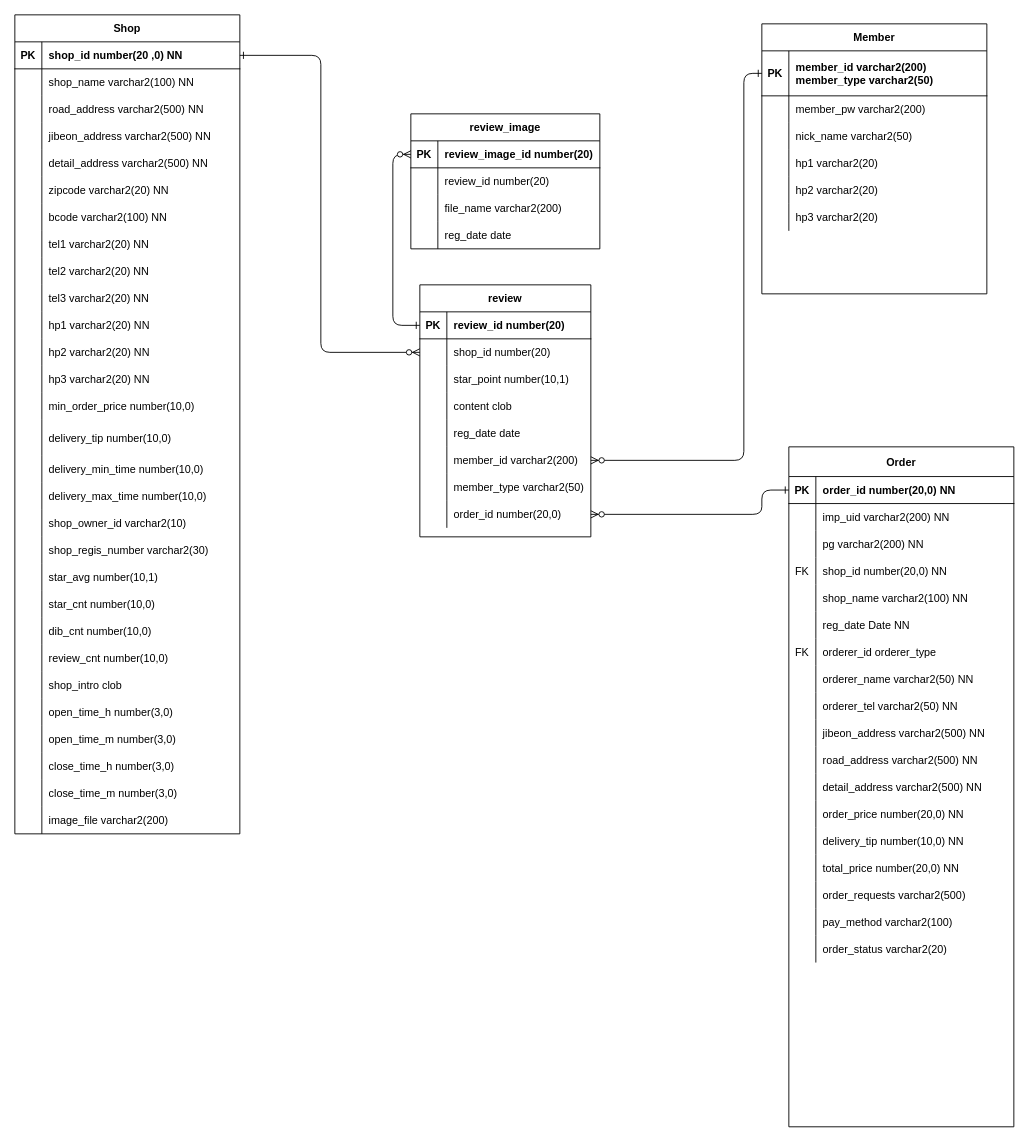
Above: src/main/webapp/WEB-INF/erd/review_erd.drawio in jihoho/jeogiyo (draw.io), before the change. Source tidied: cells renumbered, new cells numbered last; positions are measured from the earlier drawing's top-left corner, leaving out a move shared by most shapes. Both pictures are drawn from the tidied source at 90%, with x=0, y=0 at pixel (14, 14).
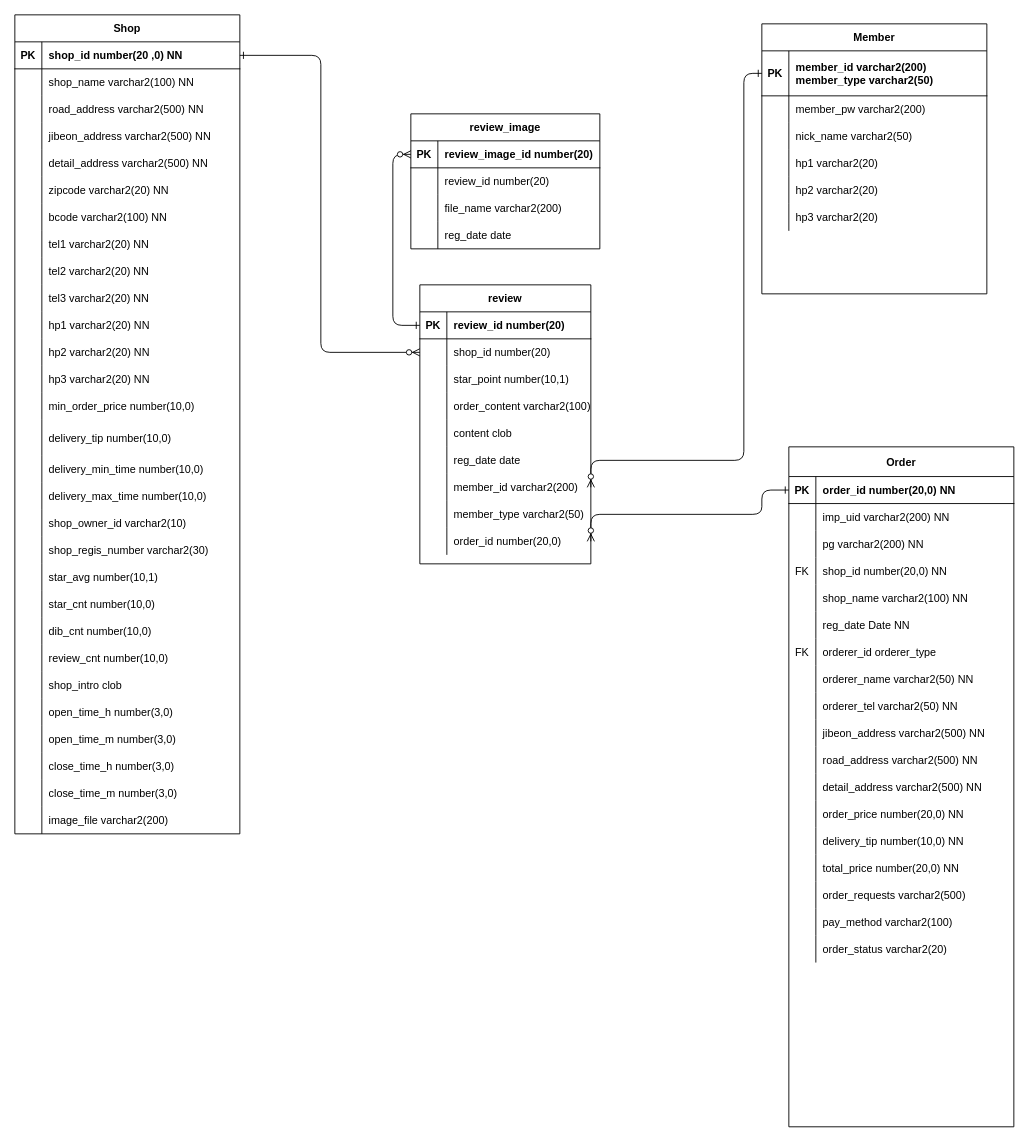
Above is the later version.

What changed in the source:
```diff
@@
     <mxCell id="2" value="review" style="shape=table;startSize=30;childLayout=tableLayout;rowLines=0;fontStyle=1;align=center;strokeColor=#000000;" parent="1" vertex="1">
-      <mxGeometry x="450" y="300" width="190" height="280" as="geometry" />
+      <mxGeometry x="450" y="300" width="190" height="310" as="geometry" />
     </mxCell>
@@
+    <mxCell id="207" style="shape=partialRectangle;fillColor=none;top=0;left=0;bottom=0;right=0;" parent="2" vertex="1">
+      <mxGeometry y="120" width="190" height="30" as="geometry" />
+    </mxCell>
+    <mxCell id="208" style="shape=partialRectangle;fillColor=none;top=0;left=0;bottom=0;right=0;overflow=hidden;" parent="207" vertex="1">
+      <mxGeometry width="30" height="30" as="geometry" />
+    </mxCell>
+    <mxCell id="209" value="order_content varchar2(100)" style="shape=partialRectangle;fillColor=none;top=0;left=0;bottom=0;right=0;align=left;spacingLeft=6;overflow=hidden;" parent="207" vertex="1">
+      <mxGeometry x="30" width="160" height="30" as="geometry" />
+    </mxCell>
     <mxCell id="12" style="shape=partialRectangle;fillColor=none;top=0;left=0;bottom=0;right=0;" parent="2" vertex="1">
-      <mxGeometry y="120" width="190" height="30" as="geometry" />
+      <mxGeometry y="150" width="190" height="30" as="geometry" />
     </mxCell>
@@
     <mxCell id="15" style="shape=partialRectangle;fillColor=none;top=0;left=0;bottom=0;right=0;" parent="2" vertex="1">
-      <mxGeometry y="150" width="190" height="30" as="geometry" />
+      <mxGeometry y="180" width="190" height="30" as="geometry" />
     </mxCell>
@@
     <mxCell id="18" style="shape=partialRectangle;fillColor=none;top=0;left=0;bottom=0;right=0;points=[[0,0.5],[1,0.5]];portConstraint=eastwest;" parent="2" vertex="1">
-      <mxGeometry y="180" width="190" height="30" as="geometry" />
+      <mxGeometry y="210" width="190" height="30" as="geometry" />
     </mxCell>
@@
     <mxCell id="21" style="shape=partialRectangle;fillColor=none;top=0;left=0;bottom=0;right=0;" parent="2" vertex="1">
-      <mxGeometry y="210" width="190" height="30" as="geometry" />
+      <mxGeometry y="240" width="190" height="30" as="geometry" />
     </mxCell>
@@
     <mxCell id="24" style="shape=partialRectangle;fillColor=none;top=0;left=0;bottom=0;right=0;points=[[0,0.5],[1,0.5]];portConstraint=eastwest;" parent="2" vertex="1">
-      <mxGeometry y="240" width="190" height="30" as="geometry" />
+      <mxGeometry y="270" width="190" height="30" as="geometry" />
     </mxCell>
```
